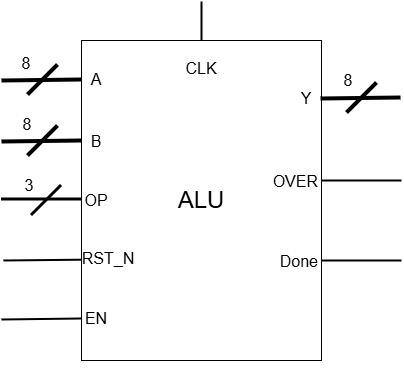
This is Documentation/Diagrams/alu_black_box_diagram.png from MF-ECE2028/Project-ALU, a draw.io export, as it was before one commit. Source tidied: cells renumbered, new cells last; positions are measured from the earlier drawing's top-left corner, leaving out a move shared by most shapes.
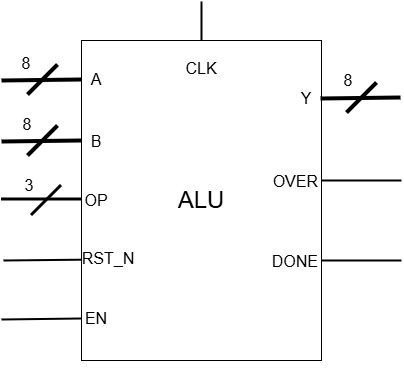
The same file after the commit.

Change to the diagram source:
```diff
@@ -107,7 +107,7 @@
     <mxCell id="24" value="&lt;span style=&quot;font-size: 16px;&quot;&gt;OVER&lt;/span&gt;" style="text;html=1;whiteSpace=wrap;strokeColor=none;fillColor=none;align=right;verticalAlign=middle;rounded=0;" parent="1" vertex="1">
       <mxGeometry x="279" y="165" width="40" height="30" as="geometry" />
     </mxCell>
-    <mxCell id="25" value="&lt;span style=&quot;font-size: 16px;&quot;&gt;Done&lt;/span&gt;" style="text;html=1;whiteSpace=wrap;strokeColor=none;fillColor=none;align=right;verticalAlign=middle;rounded=0;" parent="1" vertex="1">
+    <mxCell id="25" value="&lt;span style=&quot;font-size: 16px;&quot;&gt;DONE&lt;/span&gt;" style="text;html=1;whiteSpace=wrap;strokeColor=none;fillColor=none;align=right;verticalAlign=middle;rounded=0;" parent="1" vertex="1">
       <mxGeometry x="289" y="245" width="30" height="30" as="geometry" />
     </mxCell>
     <mxCell id="26" value="&lt;font style=&quot;font-size: 16px;&quot;&gt;8&lt;/font&gt;" style="text;html=1;whiteSpace=wrap;strokeColor=none;fillColor=none;align=center;verticalAlign=middle;rounded=0;" parent="1" vertex="1">
```
